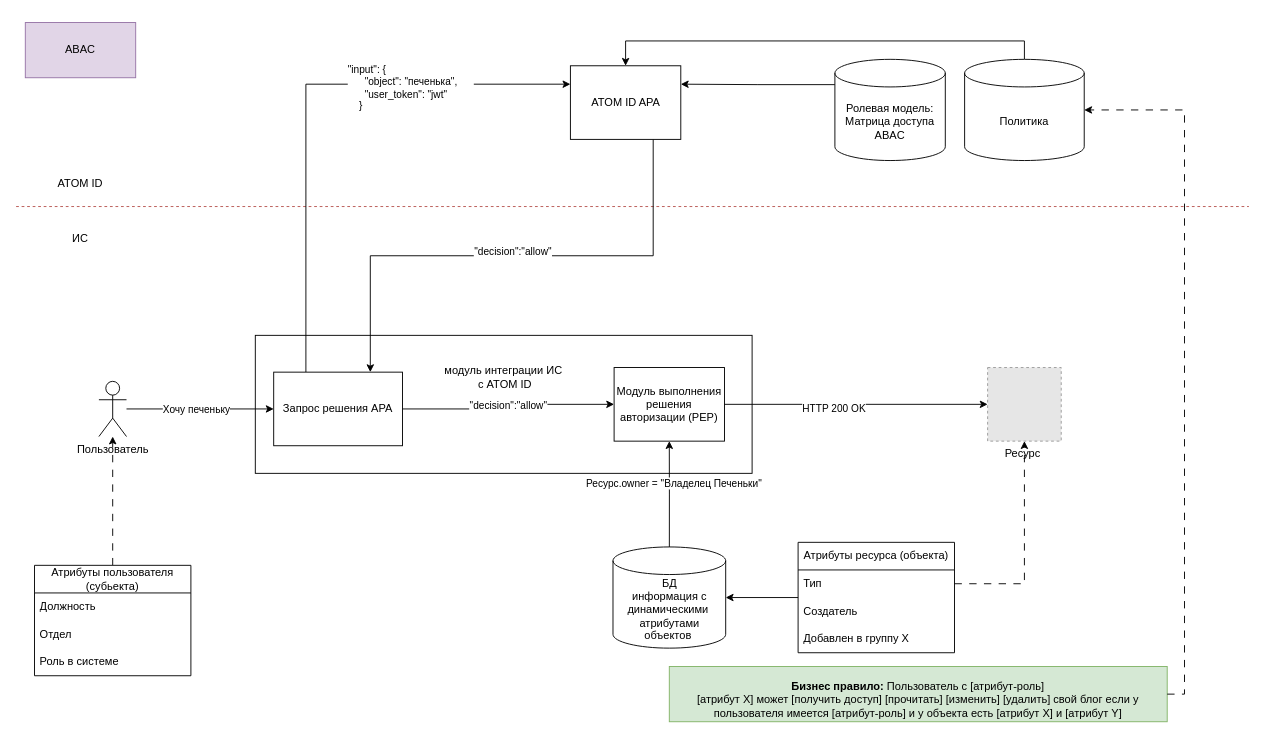
This is page "АРХ.AUTHZ.ABAC1" (3 of 5) of AppSec/Арх.паттерны.drawio from FIR-UIII/notes, a draw.io file, before an edit. Source tidied: cells renumbered, new cells numbered last; positions are measured from the earlier drawing's top-left corner, leaving out a move shared by most shapes. Both pictures are drawn from the tidied source at 92%, with x=0, y=0 at pixel (16, 22). Pictures stored in the file or linked from it are replaced by grey dashed boxes.
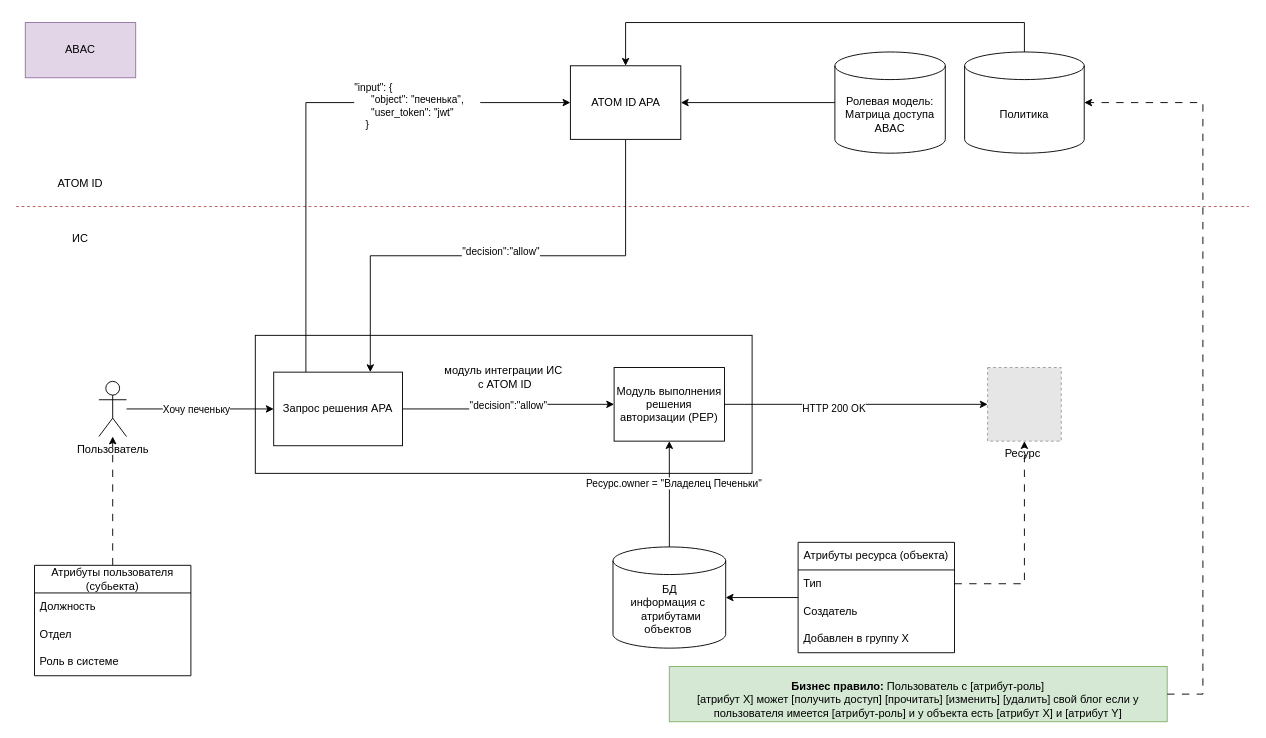
The same diagram, later.

Unchanged cells that the change refers to:
```xml
<mxCell id="10" value="ATOM ID APA" style="rounded=0;whiteSpace=wrap;html=1;" parent="1" vertex="1">
  <mxGeometry x="602.5" y="47" width="120" height="80" as="geometry" />
</mxCell>
<mxCell id="32" value="Запрос решения APA" style="rounded=0;whiteSpace=wrap;html=1;" parent="1" vertex="1">
  <mxGeometry x="280" y="380" width="140" height="80" as="geometry" />
</mxCell>
<mxCell id="39" value="&lt;p style=&quot;margin-bottom:0cm;margin-bottom:.0001pt;line-height:&amp;lt;br/&amp;gt;normal&quot; class=&quot;MsoNormal&quot;&gt;&lt;span style=&quot;font-size:9.0pt;mso-bidi-font-size:11.0pt&quot;&gt;&lt;b&gt;Бизнес правило:&lt;/b&gt; Пользователь с [атрибут-роль]&lt;br&gt;[атрибут X] может [получить доступ] [прочитать] [изменить] [удалить] свой блог если у&lt;br&gt;пользователя имеется&amp;nbsp;&lt;/span&gt;[атрибут-роль] и&amp;nbsp;&lt;span style=&quot;font-size:9.0pt;mso-bidi-font-size:11.0pt&quot;&gt;у объекта есть [атрибут X] и&amp;nbsp;&lt;/span&gt;&lt;span style=&quot;background-color: transparent; color: light-dark(rgb(0, 0, 0), rgb(255, 255, 255));&quot;&gt;[атрибут Y]&lt;/span&gt;&lt;/p&gt;" style="rounded=0;whiteSpace=wrap;html=1;fillColor=#d5e8d4;strokeColor=#82b366;" parent="1" vertex="1">
  <mxGeometry x="710" y="700" width="541.2" height="60" as="geometry" />
</mxCell>
```

Change to the diagram source:
```diff
@@
-    <mxCell id="5" style="edgeStyle=orthogonalEdgeStyle;rounded=0;jettySize=auto;html=1;entryX=0;entryY=0.25;entryDx=0;entryDy=0;exitX=0.25;exitY=0;exitDx=0;exitDy=0;" parent="1" edge="1" source="32" target="10">
+    <mxCell id="5" style="edgeStyle=orthogonalEdgeStyle;rounded=0;jettySize=auto;html=1;entryX=0;entryY=0.5;entryDx=0;entryDy=0;exitX=0.25;exitY=0;exitDx=0;exitDy=0;" parent="1" edge="1" source="32" target="10">
       <mxGeometry relative="1" as="geometry" />
     </mxCell>
@@
-    <mxCell id="8" style="edgeStyle=orthogonalEdgeStyle;rounded=0;jettySize=auto;html=1;exitX=0.75;exitY=1;exitDx=0;exitDy=0;entryX=0.75;entryY=0;entryDx=0;entryDy=0;" parent="1" edge="1" source="10" target="32">
+    <mxCell id="8" style="edgeStyle=orthogonalEdgeStyle;rounded=0;jettySize=auto;html=1;exitX=0.5;exitY=1;exitDx=0;exitDy=0;entryX=0.75;entryY=0;entryDx=0;entryDy=0;" parent="1" edge="1" source="10" target="32">
       <mxGeometry relative="1" as="geometry" />
     </mxCell>
@@
-    <mxCell id="17" style="edgeStyle=orthogonalEdgeStyle;rounded=0;jettySize=auto;html=1;exitX=0;exitY=0;exitDx=0;exitDy=27.5;exitPerimeter=0;entryX=1;entryY=0.25;entryDx=0;entryDy=0;" parent="1" edge="1" source="18" target="10">
+    <mxCell id="17" style="edgeStyle=orthogonalEdgeStyle;rounded=0;jettySize=auto;html=1;exitX=0;exitY=0.5;exitDx=0;exitDy=0;exitPerimeter=0;entryX=1;entryY=0.5;entryDx=0;entryDy=0;" parent="1" edge="1" source="18" target="10">
       <mxGeometry relative="1" as="geometry" />
     </mxCell>
     <mxCell id="18" value="Ролевая модель:&lt;br&gt;Матрица доступа ABAC" style="shape=cylinder3;whiteSpace=wrap;html=1;boundedLbl=1;backgroundOutline=1;size=15;" parent="1" vertex="1">
-      <mxGeometry x="890" y="40" width="120" height="110" as="geometry" />
+      <mxGeometry x="890" y="32" width="120" height="110" as="geometry" />
     </mxCell>
@@
-    <mxCell id="31" value="БД&lt;div&gt;информация c динамическими&amp;nbsp; атрибутами объектов&amp;nbsp;&lt;/div&gt;" style="shape=cylinder3;whiteSpace=wrap;html=1;boundedLbl=1;backgroundOutline=1;size=15;" parent="1" vertex="1">
+    <mxCell id="31" value="БД&lt;div&gt;информация c&amp;nbsp; &amp;nbsp;атрибутами объектов&amp;nbsp;&lt;/div&gt;" style="shape=cylinder3;whiteSpace=wrap;html=1;boundedLbl=1;backgroundOutline=1;size=15;" parent="1" vertex="1">
       <mxGeometry x="648.8" y="570" width="122.5" height="110" as="geometry" />
     </mxCell>
@@
     <mxCell id="37" style="edgeStyle=orthogonalEdgeStyle;rounded=0;jettySize=auto;html=1;entryX=0.5;entryY=0;entryDx=0;entryDy=0;" parent="1" edge="1" source="38" target="10">
       <mxGeometry relative="1" as="geometry">
         <Array as="points">
-          <mxPoint x="1096" y="20" />
-          <mxPoint x="663" y="20" />
+          <mxPoint x="1096" />
+          <mxPoint x="663" />
         </Array>
       </mxGeometry>
     </mxCell>
     <mxCell id="38" value="Политика" style="shape=cylinder3;whiteSpace=wrap;html=1;boundedLbl=1;backgroundOutline=1;size=15;" parent="1" vertex="1">
-      <mxGeometry x="1031" y="40" width="130" height="110" as="geometry" />
+      <mxGeometry x="1031" y="32" width="130" height="110" as="geometry" />
     </mxCell>
@@
     <mxCell id="40" style="edgeStyle=orthogonalEdgeStyle;rounded=0;jettySize=auto;html=1;entryX=1;entryY=0.5;entryDx=0;entryDy=0;entryPerimeter=0;dashed=1;dashPattern=8 8;exitX=1;exitY=0.5;exitDx=0;exitDy=0;" parent="1" edge="1" source="39" target="38">
       <mxGeometry relative="1" as="geometry">
         <Array as="points">
-          <mxPoint x="1270" y="95" />
+          <mxPoint x="1290" y="730" />
+          <mxPoint x="1290" y="87" />
         </Array>
       </mxGeometry>
     </mxCell>
```
